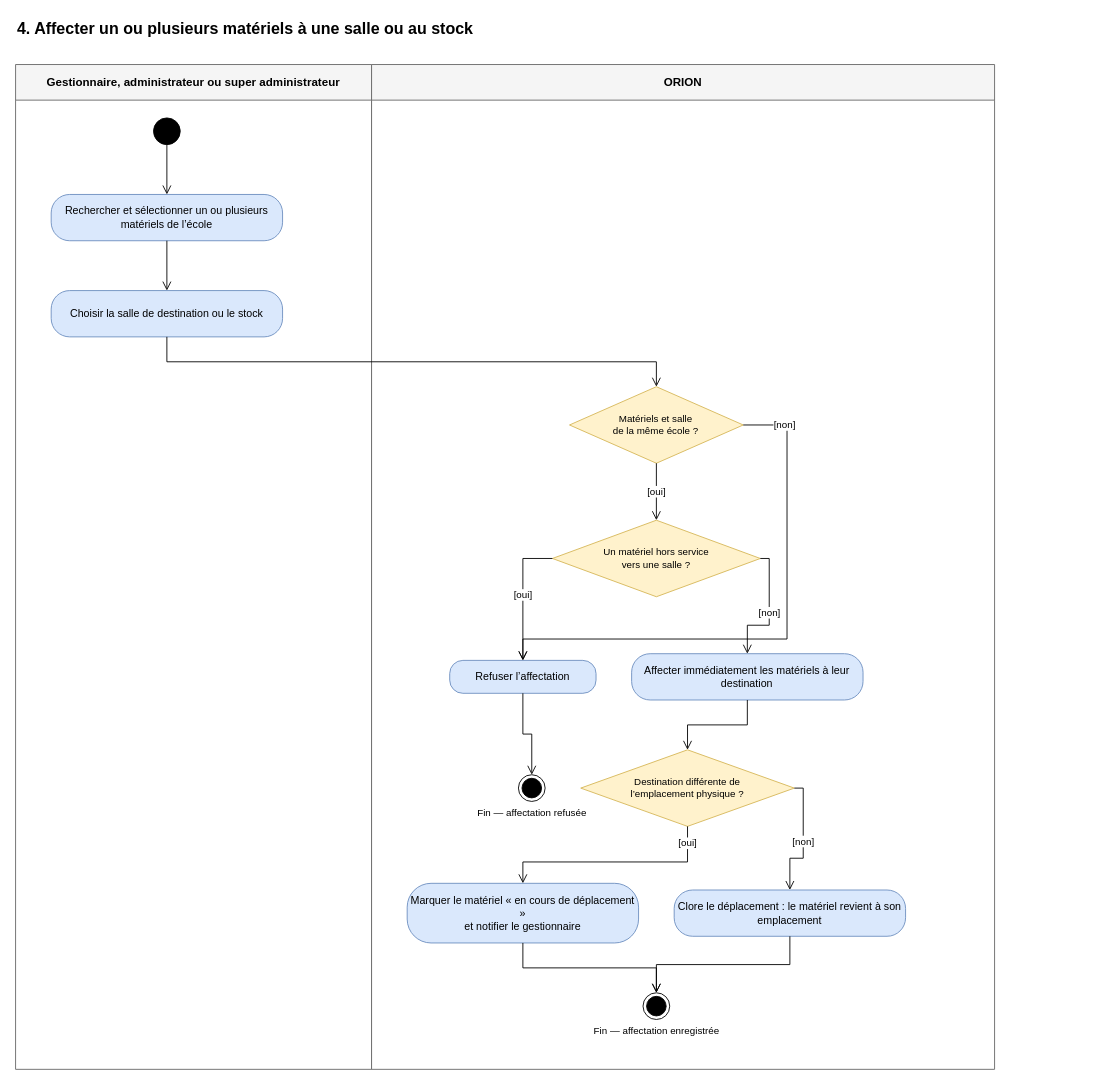
This is page "Affecter un ou plusieurs matériels à une salle ou au stock" (4 of 19) of docs/02-ANALYSE/02-CAPTURE-DES-BESOINS/08-DIAGRAMMES-ACTIVITE-CAS-UTILISATION.drawio from bpierrelouis/aster, a draw.io file, before an edit. Source tidied: cells renumbered, new cells numbered last; positions are measured from the earlier drawing's top-left corner, leaving out a move shared by most shapes. Both pictures are drawn from the tidied source at 89%, with x=0, y=0 at pixel (15, 15).
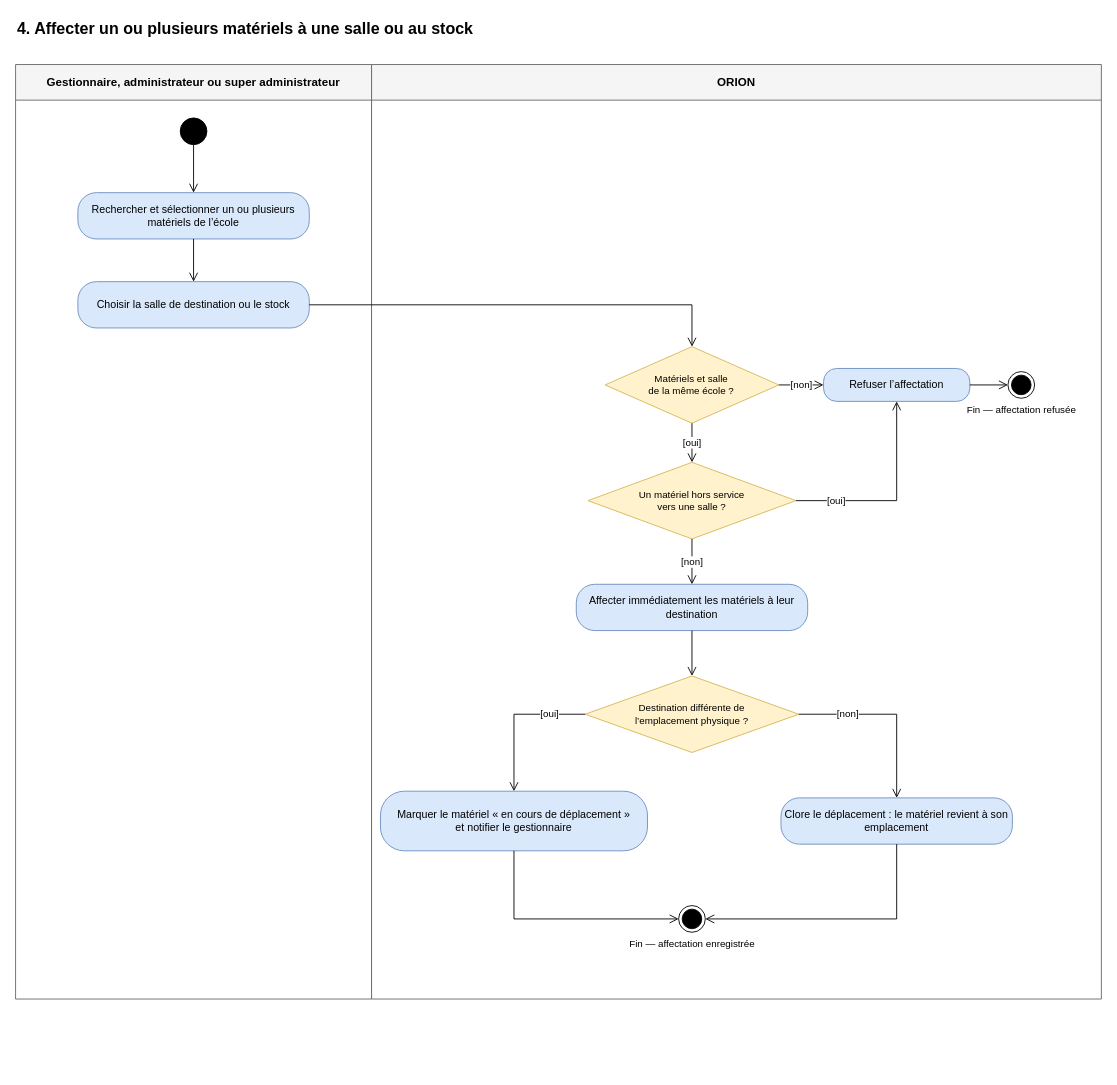
Above is the later version.

Change to the diagram source:
```diff
@@
     <mxCell id="3" value="Gestionnaire, administrateur ou super administrateur" style="swimlane;html=1;startSize=40;fontSize=13;fontStyle=1;fillColor=#f5f5f5;strokeColor=#666666;swimlaneFillColor=#ffffff;whiteSpace=wrap;" parent="1" vertex="1">
-      <mxGeometry y="55" width="400" height="1129" as="geometry" />
+      <mxGeometry y="55" width="400" height="1050" as="geometry" />
     </mxCell>
     <mxCell id="4" value="ORION" style="swimlane;html=1;startSize=40;fontSize=13;fontStyle=1;fillColor=#f5f5f5;strokeColor=#666666;swimlaneFillColor=#ffffff;whiteSpace=wrap;" parent="1" vertex="1">
-      <mxGeometry x="400" y="55" width="700" height="1129" as="geometry" />
+      <mxGeometry x="400" y="55" width="820" height="1050" as="geometry" />
     </mxCell>
     <mxCell id="5" style="ellipse;html=1;fillColor=#000000;strokeColor=#000000;fontSize=11;labelPosition=right;verticalLabelPosition=middle;align=left;verticalAlign=middle;spacingLeft=6;" parent="3" vertex="1">
-      <mxGeometry x="155" y="60" width="30" height="30" as="geometry" />
+      <mxGeometry x="185" y="60" width="30" height="30" as="geometry" />
     </mxCell>
     <mxCell id="6" value="Fin — affectation enregistrée" style="ellipse;html=1;shape=endState;fillColor=#000000;strokeColor=#000000;verticalLabelPosition=bottom;verticalAlign=top;fontSize=11;" parent="4" vertex="1">
-      <mxGeometry x="305" y="1043" width="30" height="30" as="geometry" />
+      <mxGeometry x="345" y="945" width="30" height="30" as="geometry" />
     </mxCell>
     <mxCell id="7" value="Fin — affectation refusée" style="ellipse;html=1;shape=endState;fillColor=#000000;strokeColor=#000000;verticalLabelPosition=bottom;verticalAlign=top;fontSize=11;" parent="4" vertex="1">
-      <mxGeometry x="165" y="798" width="30" height="30" as="geometry" />
+      <mxGeometry x="715" y="345" width="30" height="30" as="geometry" />
     </mxCell>
     <mxCell id="8" value="Rechercher et sélectionner un ou plusieurs matériels de l’école" style="rounded=1;arcSize=40;whiteSpace=wrap;html=1;fontSize=12;fillColor=#dae8fc;strokeColor=#6c8ebf;" parent="3" vertex="1">
-      <mxGeometry x="40" y="146" width="260" height="52" as="geometry" />
+      <mxGeometry x="70" y="144" width="260" height="52" as="geometry" />
     </mxCell>
     <mxCell id="9" value="Choisir la salle de destination ou le stock" style="rounded=1;arcSize=40;whiteSpace=wrap;html=1;fontSize=12;fillColor=#dae8fc;strokeColor=#6c8ebf;" parent="3" vertex="1">
-      <mxGeometry x="40" y="254" width="260" height="52" as="geometry" />
+      <mxGeometry x="70" y="244" width="260" height="52" as="geometry" />
     </mxCell>
     <mxCell id="10" value="Matériels et salle&lt;br&gt;de la même école ?" style="rhombus;whiteSpace=wrap;html=1;fontSize=11;fillColor=#fff2cc;strokeColor=#d6b656;" parent="4" vertex="1">
-      <mxGeometry x="222.4" y="362" width="195.2" height="86" as="geometry" />
+      <mxGeometry x="262.4" y="317" width="195.2" height="86" as="geometry" />
     </mxCell>
     <mxCell id="11" value="Un matériel hors service&lt;br&gt;vers une salle ?" style="rhombus;whiteSpace=wrap;html=1;fontSize=11;fillColor=#fff2cc;strokeColor=#d6b656;" parent="4" vertex="1">
-      <mxGeometry x="203.2" y="512" width="233.6" height="86" as="geometry" />
+      <mxGeometry x="243.2" y="447" width="233.6" height="86" as="geometry" />
     </mxCell>
     <mxCell id="12" value="Refuser l’affectation" style="rounded=1;arcSize=40;whiteSpace=wrap;html=1;fontSize=12;fillColor=#dae8fc;strokeColor=#6c8ebf;" parent="4" vertex="1">
-      <mxGeometry x="87.8" y="669.5" width="164.4" height="37" as="geometry" />
+      <mxGeometry x="507.8" y="341.5" width="164.4" height="37" as="geometry" />
     </mxCell>
     <mxCell id="13" value="Affecter immédiatement les matériels à leur destination" style="rounded=1;arcSize=40;whiteSpace=wrap;html=1;fontSize=12;fillColor=#dae8fc;strokeColor=#6c8ebf;" parent="4" vertex="1">
-      <mxGeometry x="292.2" y="662" width="260" height="52" as="geometry" />
+      <mxGeometry x="230" y="584" width="260" height="52" as="geometry" />
     </mxCell>
     <mxCell id="14" value="Destination différente de&lt;br&gt;l’emplacement physique ?" style="rhombus;whiteSpace=wrap;html=1;fontSize=11;fillColor=#fff2cc;strokeColor=#d6b656;" parent="4" vertex="1">
-      <mxGeometry x="235" y="770" width="240" height="86" as="geometry" />
+      <mxGeometry x="240" y="687" width="240" height="86" as="geometry" />
     </mxCell>
     <mxCell id="15" value="Marquer le matériel « en cours de déplacement »&lt;br&gt;et notifier le gestionnaire" style="rounded=1;arcSize=40;whiteSpace=wrap;html=1;fontSize=12;fillColor=#dae8fc;strokeColor=#6c8ebf;" parent="4" vertex="1">
-      <mxGeometry x="40" y="920" width="260" height="67" as="geometry" />
+      <mxGeometry x="10" y="816.5" width="300" height="67" as="geometry" />
     </mxCell>
     <mxCell id="16" value="Clore le déplacement : le matériel revient à son emplacement" style="rounded=1;arcSize=40;whiteSpace=wrap;html=1;fontSize=12;fillColor=#dae8fc;strokeColor=#6c8ebf;" parent="4" vertex="1">
-      <mxGeometry x="340" y="927.5" width="260" height="52" as="geometry" />
+      <mxGeometry x="460" y="824" width="260" height="52" as="geometry" />
     </mxCell>
-    <mxCell id="17" style="edgeStyle=orthogonalEdgeStyle;endArrow=open;endSize=8;html=1;rounded=0;fontSize=11;labelBackgroundColor=#ffffff;exitX=0.5;exitY=1;exitDx=0;exitDy=0;entryX=0.5;entryY=0;entryDx=0;entryDy=0;" parent="1" edge="1" source="5" target="8">
+    <mxCell id="17" style="edgeStyle=none;endArrow=open;endSize=8;html=1;rounded=0;fontSize=11;labelBackgroundColor=#ffffff;exitX=0.5;exitY=1.0;exitDx=0;exitDy=0;entryX=0.5;entryY=0.0;entryDx=0;entryDy=0;" parent="1" edge="1" source="5" target="8">
       <mxGeometry relative="1" as="geometry" />
     </mxCell>
-    <mxCell id="18" style="edgeStyle=orthogonalEdgeStyle;endArrow=open;endSize=8;html=1;rounded=0;fontSize=11;labelBackgroundColor=#ffffff;exitX=0.5;exitY=1;exitDx=0;exitDy=0;entryX=0.5;entryY=0;entryDx=0;entryDy=0;" parent="1" edge="1" source="8" target="9">
+    <mxCell id="18" style="edgeStyle=none;endArrow=open;endSize=8;html=1;rounded=0;fontSize=11;labelBackgroundColor=#ffffff;exitX=0.5;exitY=1.0;exitDx=0;exitDy=0;entryX=0.5;entryY=0.0;entryDx=0;entryDy=0;" parent="1" edge="1" source="8" target="9">
       <mxGeometry relative="1" as="geometry" />
     </mxCell>
-    <mxCell id="19" style="edgeStyle=orthogonalEdgeStyle;endArrow=open;endSize=8;html=1;rounded=0;fontSize=11;labelBackgroundColor=#ffffff;exitX=0.5;exitY=1;exitDx=0;exitDy=0;entryX=0.5;entryY=0;entryDx=0;entryDy=0;" parent="1" edge="1" source="9" target="10">
-      <mxGeometry relative="1" as="geometry" />
+    <mxCell id="19" style="edgeStyle=none;endArrow=open;endSize=8;html=1;rounded=0;fontSize=11;labelBackgroundColor=#ffffff;exitX=1.0;exitY=0.5;exitDx=0;exitDy=0;entryX=0.5;entryY=0.0;entryDx=0;entryDy=0;" parent="1" edge="1" source="9" target="10">
+      <mxGeometry relative="1" as="geometry">
+        <Array as="points">
+          <mxPoint x="760" y="325" />
+        </Array>
+      </mxGeometry>
     </mxCell>
-    <mxCell id="20" value="[non]" style="edgeStyle=orthogonalEdgeStyle;endArrow=open;endSize=8;html=1;rounded=0;fontSize=11;labelBackgroundColor=#ffffff;exitX=1;exitY=0.5;exitDx=0;exitDy=0;entryX=0.5;entryY=0;entryDx=0;entryDy=0;" parent="1" edge="1" source="10" target="12">
-      <mxGeometry x="-0.85" relative="1" as="geometry">
-        <Array as="points">
-          <mxPoint x="866.8" y="460" />
-          <mxPoint x="866.8" y="700.5" />
-          <mxPoint x="570" y="700.5" />
-        </Array>
-      </mxGeometry>
+    <mxCell id="20" value="[non]" style="edgeStyle=none;endArrow=open;endSize=8;html=1;rounded=0;fontSize=11;labelBackgroundColor=#ffffff;exitX=1.0;exitY=0.5;exitDx=0;exitDy=0;entryX=0.0;entryY=0.5;entryDx=0;entryDy=0;" parent="1" edge="1" source="10" target="12">
+      <mxGeometry relative="1" as="geometry" />
     </mxCell>
-    <mxCell id="21" style="edgeStyle=orthogonalEdgeStyle;endArrow=open;endSize=8;html=1;rounded=0;fontSize=11;labelBackgroundColor=#ffffff;exitX=0.5;exitY=1;exitDx=0;exitDy=0;entryX=0.5;entryY=0;entryDx=0;entryDy=0;" parent="1" edge="1" source="12" target="7">
+    <mxCell id="21" style="edgeStyle=none;endArrow=open;endSize=8;html=1;rounded=0;fontSize=11;labelBackgroundColor=#ffffff;exitX=1.0;exitY=0.5;exitDx=0;exitDy=0;entryX=0.0;entryY=0.5;entryDx=0;entryDy=0;" parent="1" edge="1" source="12" target="7">
       <mxGeometry relative="1" as="geometry" />
     </mxCell>
-    <mxCell id="22" value="[oui]" style="edgeStyle=orthogonalEdgeStyle;endArrow=open;endSize=8;html=1;rounded=0;fontSize=11;labelBackgroundColor=#ffffff;exitX=0.5;exitY=1;exitDx=0;exitDy=0;entryX=0.5;entryY=0;entryDx=0;entryDy=0;" parent="1" edge="1" source="10" target="11">
+    <mxCell id="22" value="[oui]" style="edgeStyle=none;endArrow=open;endSize=8;html=1;rounded=0;fontSize=11;labelBackgroundColor=#ffffff;exitX=0.5;exitY=1.0;exitDx=0;exitDy=0;entryX=0.5;entryY=0.0;entryDx=0;entryDy=0;" parent="1" edge="1" source="10" target="11">
       <mxGeometry relative="1" as="geometry" />
     </mxCell>
-    <mxCell id="23" value="[oui]" style="edgeStyle=orthogonalEdgeStyle;endArrow=open;endSize=8;html=1;rounded=0;fontSize=11;labelBackgroundColor=#ffffff;exitX=0;exitY=0.5;exitDx=0;exitDy=0;entryX=0.5;entryY=0;entryDx=0;entryDy=0;" parent="1" edge="1" source="11" target="12">
-      <mxGeometry relative="1" as="geometry" />
+    <mxCell id="23" value="[oui]" style="edgeStyle=none;endArrow=open;endSize=8;html=1;rounded=0;fontSize=11;labelBackgroundColor=#ffffff;exitX=1.0;exitY=0.5;exitDx=0;exitDy=0;entryX=0.5;entryY=1.0;entryDx=0;entryDy=0;" parent="1" edge="1" source="11" target="12">
+      <mxGeometry x="-0.6" relative="1" as="geometry">
+        <Array as="points">
+          <mxPoint x="990" y="545" />
+        </Array>
+      </mxGeometry>
     </mxCell>
-    <mxCell id="24" value="[non]" style="edgeStyle=orthogonalEdgeStyle;endArrow=open;endSize=8;html=1;rounded=0;fontSize=11;labelBackgroundColor=#ffffff;exitX=1;exitY=0.5;exitDx=0;exitDy=0;entryX=0.5;entryY=0;entryDx=0;entryDy=0;" parent="1" edge="1" source="11" target="13">
+    <mxCell id="24" value="[non]" style="edgeStyle=none;endArrow=open;endSize=8;html=1;rounded=0;fontSize=11;labelBackgroundColor=#ffffff;exitX=0.5;exitY=1.0;exitDx=0;exitDy=0;entryX=0.5;entryY=0.0;entryDx=0;entryDy=0;" parent="1" edge="1" source="11" target="13">
       <mxGeometry relative="1" as="geometry" />
     </mxCell>
-    <mxCell id="25" style="edgeStyle=orthogonalEdgeStyle;endArrow=open;endSize=8;html=1;rounded=0;fontSize=11;labelBackgroundColor=#ffffff;exitX=0.5;exitY=1;exitDx=0;exitDy=0;entryX=0.5;entryY=0;entryDx=0;entryDy=0;" parent="1" edge="1" source="13" target="14">
+    <mxCell id="25" style="edgeStyle=none;endArrow=open;endSize=8;html=1;rounded=0;fontSize=11;labelBackgroundColor=#ffffff;exitX=0.5;exitY=1.0;exitDx=0;exitDy=0;entryX=0.5;entryY=0.0;entryDx=0;entryDy=0;" parent="1" edge="1" source="13" target="14">
       <mxGeometry relative="1" as="geometry" />
     </mxCell>
-    <mxCell id="26" value="[oui]" style="edgeStyle=orthogonalEdgeStyle;endArrow=open;endSize=8;html=1;rounded=0;fontSize=11;labelBackgroundColor=#ffffff;exitX=0.5;exitY=1;exitDx=0;exitDy=0;entryX=0.5;entryY=0;entryDx=0;entryDy=0;" parent="1" edge="1" source="14" target="15">
-      <mxGeometry x="-0.85" relative="1" as="geometry">
+    <mxCell id="26" value="[oui]" style="edgeStyle=none;endArrow=open;endSize=8;html=1;rounded=0;fontSize=11;labelBackgroundColor=#ffffff;exitX=0.0;exitY=0.5;exitDx=0;exitDy=0;entryX=0.5;entryY=0.0;entryDx=0;entryDy=0;" parent="1" edge="1" source="14" target="15">
+      <mxGeometry x="-0.52" relative="1" as="geometry">
         <Array as="points">
-          <mxPoint x="755" y="951" />
-          <mxPoint x="570" y="951" />
+          <mxPoint x="560" y="785" />
         </Array>
       </mxGeometry>
     </mxCell>
-    <mxCell id="27" style="edgeStyle=orthogonalEdgeStyle;endArrow=open;endSize=8;html=1;rounded=0;fontSize=11;labelBackgroundColor=#ffffff;exitX=0.5;exitY=1;exitDx=0;exitDy=0;entryX=0.5;entryY=0;entryDx=0;entryDy=0;" parent="1" edge="1" source="15" target="6">
-      <mxGeometry relative="1" as="geometry" />
+    <mxCell id="27" style="edgeStyle=none;endArrow=open;endSize=8;html=1;rounded=0;fontSize=11;labelBackgroundColor=#ffffff;exitX=0.5;exitY=1.0;exitDx=0;exitDy=0;entryX=0.0;entryY=0.5;entryDx=0;entryDy=0;" parent="1" edge="1" source="15" target="6">
+      <mxGeometry relative="1" as="geometry">
+        <Array as="points">
+          <mxPoint x="560" y="1015" />
+        </Array>
+      </mxGeometry>
     </mxCell>
-    <mxCell id="28" value="[non]" style="edgeStyle=orthogonalEdgeStyle;endArrow=open;endSize=8;html=1;rounded=0;fontSize=11;labelBackgroundColor=#ffffff;exitX=1;exitY=0.5;exitDx=0;exitDy=0;entryX=0.5;entryY=0;entryDx=0;entryDy=0;" parent="1" edge="1" source="14" target="16">
-      <mxGeometry relative="1" as="geometry" />
+    <mxCell id="28" value="[non]" style="edgeStyle=none;endArrow=open;endSize=8;html=1;rounded=0;fontSize=11;labelBackgroundColor=#ffffff;exitX=1.0;exitY=0.5;exitDx=0;exitDy=0;entryX=0.5;entryY=0.0;entryDx=0;entryDy=0;" parent="1" edge="1" source="14" target="16">
+      <mxGeometry x="-0.46" relative="1" as="geometry">
+        <Array as="points">
+          <mxPoint x="990" y="785" />
+        </Array>
+      </mxGeometry>
     </mxCell>
-    <mxCell id="29" style="edgeStyle=orthogonalEdgeStyle;endArrow=open;endSize=8;html=1;rounded=0;fontSize=11;labelBackgroundColor=#ffffff;exitX=0.5;exitY=1;exitDx=0;exitDy=0;entryX=0.5;entryY=0;entryDx=0;entryDy=0;" parent="1" edge="1" source="16" target="6">
-      <mxGeometry relative="1" as="geometry" />
+    <mxCell id="29" style="edgeStyle=none;endArrow=open;endSize=8;html=1;rounded=0;fontSize=11;labelBackgroundColor=#ffffff;exitX=0.5;exitY=1.0;exitDx=0;exitDy=0;entryX=1.0;entryY=0.5;entryDx=0;entryDy=0;" parent="1" edge="1" source="16" target="6">
+      <mxGeometry relative="1" as="geometry">
+        <Array as="points">
+          <mxPoint x="990" y="1015" />
+        </Array>
+      </mxGeometry>
     </mxCell>
```
